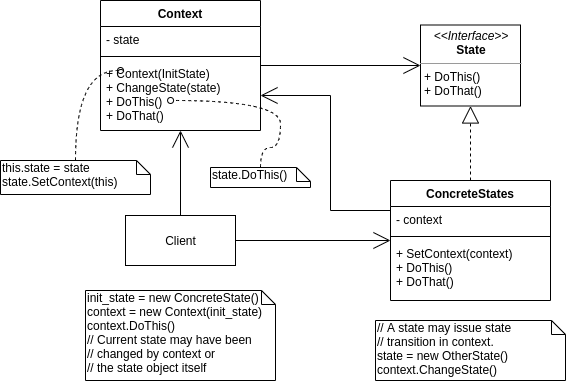
yongcongwang/blog keeps this draw.io diagram as source/images/2020/design_pattern/state.png. Above is the earlier version. Source tidied: cells renumbered, new cells last; positions are measured from the earlier drawing's top-left corner, leaving out a move shared by most shapes.
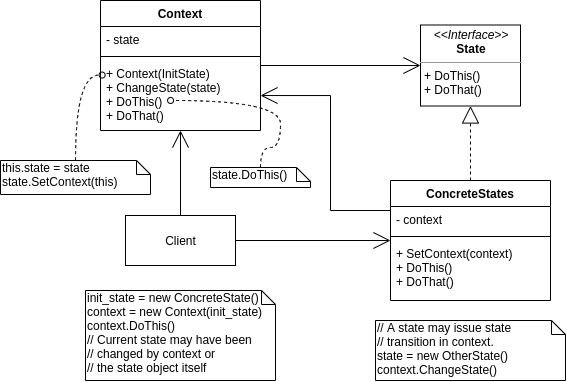
After the commit.

Diff of the diagram source:
```diff
@@ -28,7 +28,7 @@
     <mxCell id="8" value="Client" style="html=1;" parent="1" vertex="1">
       <mxGeometry x="125" y="215" width="110" height="50" as="geometry" />
     </mxCell>
-    <mxCell id="9" style="edgeStyle=orthogonalEdgeStyle;rounded=0;jettySize=auto;html=1;entryX=0.125;entryY=0.143;entryDx=0;entryDy=0;entryPerimeter=0;dashed=1;endArrow=oval;endFill=0;endSize=6;curved=1;" parent="1" edge="1" source="10" target="18">
+    <mxCell id="9" style="edgeStyle=orthogonalEdgeStyle;rounded=0;jettySize=auto;html=1;entryX=0.01;entryY=0.208;entryDx=0;entryDy=0;entryPerimeter=0;dashed=1;endArrow=oval;endFill=0;endSize=6;curved=1;" parent="1" edge="1" source="10" target="18">
       <mxGeometry relative="1" as="geometry" />
     </mxCell>
     <mxCell id="10" value="this.state = state&lt;br&gt;state.SetContext(this)" style="shape=note;whiteSpace=wrap;html=1;size=14;verticalAlign=top;align=left;spacingTop=-6;" parent="1" vertex="1">
```
